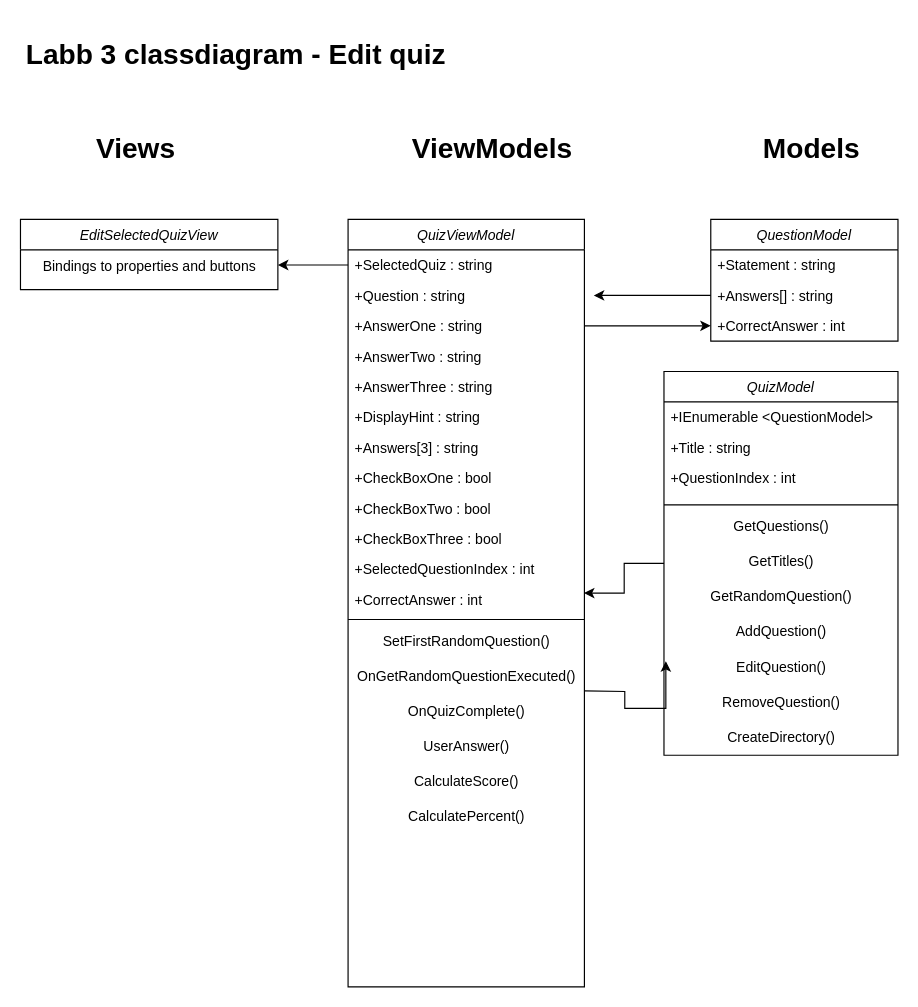
The draw.io diagram Labb3-Ressurrection/Namnlöst diagram.drawio in MagSandberg/Labb3-Ressurrection, before the edit. Source tidied: cells renumbered, new cells numbered last; positions are measured from the earlier drawing's top-left corner, leaving out a move shared by most shapes. Both pictures are drawn from the tidied source at 117%, with x=0, y=0 at pixel (20, 32).
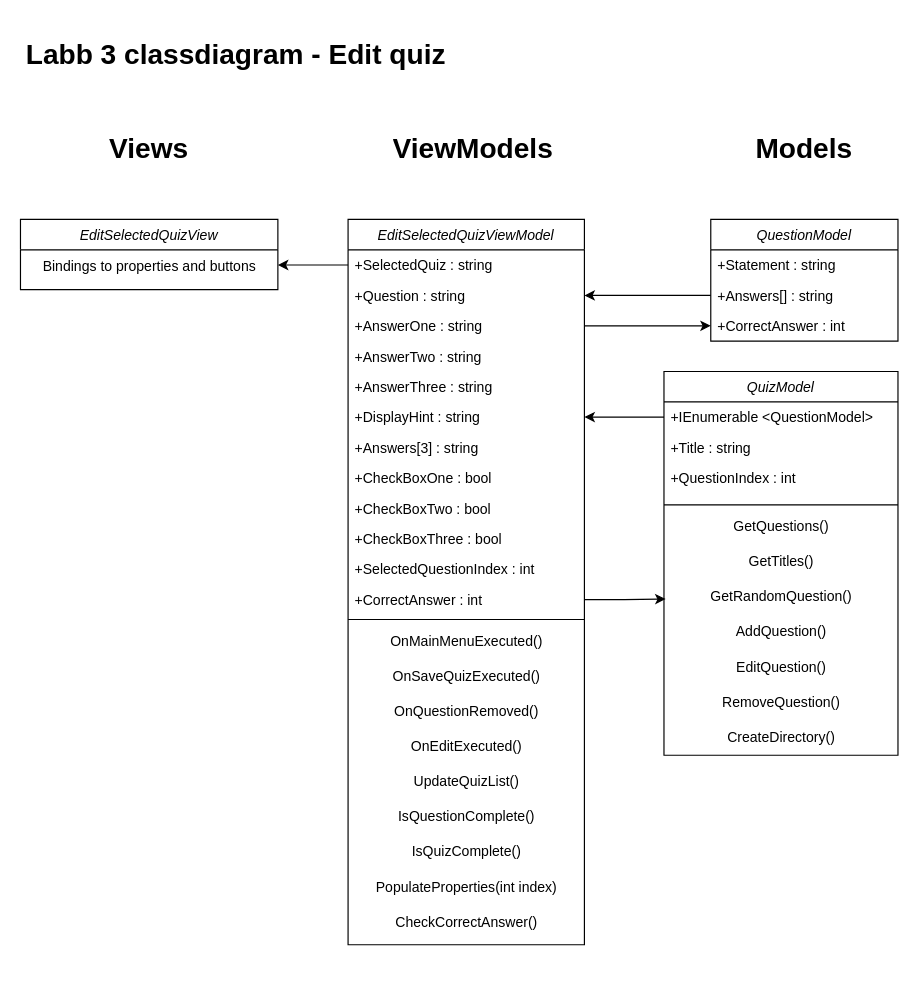
Above is the later version.

Unchanged cells that the change refers to:
```xml
<mxCell id="4" value="+Answers[] : string" style="text;align=left;verticalAlign=top;spacingLeft=4;spacingRight=4;overflow=hidden;points=[[0,0.5],[1,0.5]];portConstraint=eastwest;rounded=0;shadow=0;html=0;" parent="2" vertex="1">
  <mxGeometry y="52" width="160" height="26" as="geometry" />
</mxCell>
<mxCell id="11" value="QuizModel" style="swimlane;fontStyle=2;align=center;verticalAlign=top;horizontal=1;startSize=26;rounded=0;shadow=0;strokeWidth=1;" parent="1" vertex="1">
  <mxGeometry x="550" y="290" width="200" height="328" as="geometry" />
</mxCell>
<mxCell id="12" value="+IEnumerable &lt;QuestionModel&gt;" style="text;align=left;verticalAlign=top;spacingLeft=4;spacingRight=4;overflow=hidden;points=[[0,0.5],[1,0.5]];portConstraint=eastwest;" parent="11" vertex="1">
  <mxGeometry y="26" width="200" height="26" as="geometry" />
</mxCell>
<mxCell id="18" value="GetRandomQuestion()" style="text;html=1;align=center;verticalAlign=middle;points=[];strokeColor=none;fillColor=none;" parent="11" vertex="1">
  <mxGeometry y="178" width="200" height="30" as="geometry" />
</mxCell>
<mxCell id="20" value="EditQuestion()" style="text;html=1;align=center;verticalAlign=middle;points=[];strokeColor=none;fillColor=none;" parent="11" vertex="1">
  <mxGeometry y="238" width="200" height="30" as="geometry" />
</mxCell>
<mxCell id="25" value="+Question : string" style="text;align=left;verticalAlign=top;spacingLeft=4;spacingRight=4;overflow=hidden;points=[[0,0.5],[1,0.5]];portConstraint=eastwest;rounded=0;shadow=0;html=0;" parent="23" vertex="1">
  <mxGeometry y="52" width="202" height="26" as="geometry" />
</mxCell>
<mxCell id="29" value="+DisplayHint : string" style="text;align=left;verticalAlign=top;spacingLeft=4;spacingRight=4;overflow=hidden;points=[[0,0.5],[1,0.5]];portConstraint=eastwest;rounded=0;shadow=0;html=0;" parent="23" vertex="1">
  <mxGeometry y="156" width="202" height="26" as="geometry" />
</mxCell>
<mxCell id="35" value="+CorrectAnswer : int" style="text;align=left;verticalAlign=top;spacingLeft=4;spacingRight=4;overflow=hidden;points=[[0,0.5],[1,0.5]];portConstraint=eastwest;rounded=0;shadow=0;html=0;" parent="23" vertex="1">
  <mxGeometry y="312" width="202" height="26" as="geometry" />
</mxCell>
```

The edit, as a diff of the source:
```diff
@@
-    <mxCell id="7" value="&lt;h1&gt;Views&lt;/h1&gt;" style="text;html=1;strokeColor=none;fillColor=none;spacing=5;spacingTop=-20;whiteSpace=wrap;overflow=hidden;rounded=0;" parent="1" vertex="1">
+    <mxCell id="7" value="&lt;h1&gt;Views&lt;/h1&gt;" style="text;html=1;strokeColor=none;fillColor=none;spacing=5;spacingTop=-20;whiteSpace=wrap;overflow=hidden;rounded=0;align=center;" parent="1" vertex="1">
       <mxGeometry x="60" y="80" width="100" height="40" as="geometry" />
     </mxCell>
-    <mxCell id="8" value="&lt;h1&gt;ViewModels&lt;/h1&gt;" style="text;html=1;strokeColor=none;fillColor=none;spacing=5;spacingTop=-20;whiteSpace=wrap;overflow=hidden;rounded=0;" parent="1" vertex="1">
-      <mxGeometry x="330" y="80" width="210" height="40" as="geometry" />
+    <mxCell id="8" value="&lt;h1&gt;ViewModels&lt;/h1&gt;" style="text;html=1;strokeColor=none;fillColor=none;spacing=5;spacingTop=-20;whiteSpace=wrap;overflow=hidden;rounded=0;align=center;" parent="1" vertex="1">
+      <mxGeometry x="282" y="80" width="210" height="40" as="geometry" />
     </mxCell>
-    <mxCell id="9" value="&lt;h1&gt;Models&lt;/h1&gt;" style="text;html=1;strokeColor=none;fillColor=none;spacing=5;spacingTop=-20;whiteSpace=wrap;overflow=hidden;rounded=0;" parent="1" vertex="1">
-      <mxGeometry x="630" y="80" width="100" height="40" as="geometry" />
+    <mxCell id="9" value="&lt;h1&gt;Models&lt;/h1&gt;" style="text;html=1;strokeColor=none;fillColor=none;spacing=5;spacingTop=-20;whiteSpace=wrap;overflow=hidden;rounded=0;align=center;" parent="1" vertex="1">
+      <mxGeometry x="620" y="80" width="100" height="40" as="geometry" />
     </mxCell>
-    <mxCell id="10" style="edgeStyle=orthogonalEdgeStyle;rounded=0;jettySize=auto;html=1;entryX=0.998;entryY=0.286;entryDx=0;entryDy=0;entryPerimeter=0;" parent="1" edge="1" source="11" target="35">
-      <mxGeometry relative="1" as="geometry" />
-    </mxCell>
@@
-    <mxCell id="23" value="QuizViewModel" style="swimlane;fontStyle=2;align=center;verticalAlign=top;horizontal=1;startSize=26;rounded=0;shadow=0;strokeWidth=1;" parent="1" vertex="1">
-      <mxGeometry x="280" y="160" width="202" height="656" as="geometry" />
+    <mxCell id="23" value="EditSelectedQuizViewModel" style="swimlane;fontStyle=2;align=center;verticalAlign=top;horizontal=1;startSize=26;rounded=0;shadow=0;strokeWidth=1;" parent="1" vertex="1">
+      <mxGeometry x="280" y="160" width="202" height="620" as="geometry" />
     </mxCell>
@@
-    <mxCell id="37" value="SetFirstRandomQuestion()" style="text;html=1;align=center;verticalAlign=middle;strokeColor=none;fillColor=none;" parent="23" vertex="1">
+    <mxCell id="37" value="OnMainMenuExecuted()" style="text;html=1;align=center;verticalAlign=middle;strokeColor=none;fillColor=none;" parent="23" vertex="1">
       <mxGeometry y="346" width="202" height="30" as="geometry" />
     </mxCell>
-    <mxCell id="38" value="OnGetRandomQuestionExecuted()" style="text;html=1;align=center;verticalAlign=middle;strokeColor=none;fillColor=none;" parent="23" vertex="1">
+    <mxCell id="38" value="OnSaveQuizExecuted()" style="text;html=1;align=center;verticalAlign=middle;strokeColor=none;fillColor=none;" parent="23" vertex="1">
       <mxGeometry y="376" width="202" height="30" as="geometry" />
     </mxCell>
-    <mxCell id="39" value="OnQuizComplete()" style="text;html=1;align=center;verticalAlign=middle;strokeColor=none;fillColor=none;" parent="23" vertex="1">
+    <mxCell id="39" value="OnQuestionRemoved()" style="text;html=1;align=center;verticalAlign=middle;strokeColor=none;fillColor=none;" parent="23" vertex="1">
       <mxGeometry y="406" width="202" height="30" as="geometry" />
     </mxCell>
-    <mxCell id="40" value="UserAnswer()" style="text;html=1;align=center;verticalAlign=middle;strokeColor=none;fillColor=none;" parent="23" vertex="1">
+    <mxCell id="40" value="OnEditExecuted()" style="text;html=1;align=center;verticalAlign=middle;strokeColor=none;fillColor=none;" parent="23" vertex="1">
       <mxGeometry y="436" width="202" height="30" as="geometry" />
     </mxCell>
-    <mxCell id="41" value="CalculateScore()" style="text;html=1;align=center;verticalAlign=middle;strokeColor=none;fillColor=none;" parent="23" vertex="1">
+    <mxCell id="41" value="UpdateQuizList()" style="text;html=1;align=center;verticalAlign=middle;strokeColor=none;fillColor=none;" parent="23" vertex="1">
       <mxGeometry y="466" width="202" height="30" as="geometry" />
     </mxCell>
-    <mxCell id="42" value="CalculatePercent()" style="text;html=1;align=center;verticalAlign=middle;strokeColor=none;fillColor=none;" parent="23" vertex="1">
+    <mxCell id="42" value="IsQuestionComplete()" style="text;html=1;align=center;verticalAlign=middle;strokeColor=none;fillColor=none;" parent="23" vertex="1">
       <mxGeometry y="496" width="202" height="30" as="geometry" />
     </mxCell>
+    <mxCell id="49" value="IsQuizComplete()" style="text;html=1;align=center;verticalAlign=middle;strokeColor=none;fillColor=none;" parent="23" vertex="1">
+      <mxGeometry y="526" width="202" height="30" as="geometry" />
+    </mxCell>
+    <mxCell id="50" value="PopulateProperties(int index)" style="text;html=1;align=center;verticalAlign=middle;strokeColor=none;fillColor=none;" parent="23" vertex="1">
+      <mxGeometry y="556" width="202" height="30" as="geometry" />
+    </mxCell>
+    <mxCell id="51" value="CheckCorrectAnswer()" style="text;html=1;align=center;verticalAlign=middle;strokeColor=none;fillColor=none;" parent="23" vertex="1">
+      <mxGeometry y="586" width="202" height="30" as="geometry" />
+    </mxCell>
@@
-    <mxCell id="47" style="edgeStyle=orthogonalEdgeStyle;rounded=0;jettySize=auto;html=1;entryX=0.008;entryY=0.32;entryDx=0;entryDy=0;entryPerimeter=0;" parent="1" edge="1" target="20">
-      <mxGeometry relative="1" as="geometry">
-        <mxPoint x="482" y="563" as="sourcePoint" />
-      </mxGeometry>
-    </mxCell>
-    <mxCell id="48" style="edgeStyle=orthogonalEdgeStyle;rounded=0;jettySize=auto;html=1;" parent="1" edge="1" source="4">
-      <mxGeometry relative="1" as="geometry">
-        <mxPoint x="490" y="225" as="targetPoint" />
-      </mxGeometry>
+    <mxCell id="48" style="edgeStyle=orthogonalEdgeStyle;rounded=0;jettySize=auto;html=1;" parent="1" edge="1" source="4" target="25">
+      <mxGeometry relative="1" as="geometry" />
     </mxCell>
+    <mxCell id="52" style="edgeStyle=orthogonalEdgeStyle;rounded=0;jettySize=auto;html=1;entryX=1;entryY=0.5;entryDx=0;entryDy=0;" parent="1" edge="1" source="12" target="29">
+      <mxGeometry relative="1" as="geometry" />
+    </mxCell>
+    <mxCell id="53" style="edgeStyle=orthogonalEdgeStyle;rounded=0;jettySize=auto;html=1;entryX=0.007;entryY=0.55;entryDx=0;entryDy=0;entryPerimeter=0;" parent="1" edge="1" source="35" target="18">
+      <mxGeometry relative="1" as="geometry" />
+    </mxCell>
```
